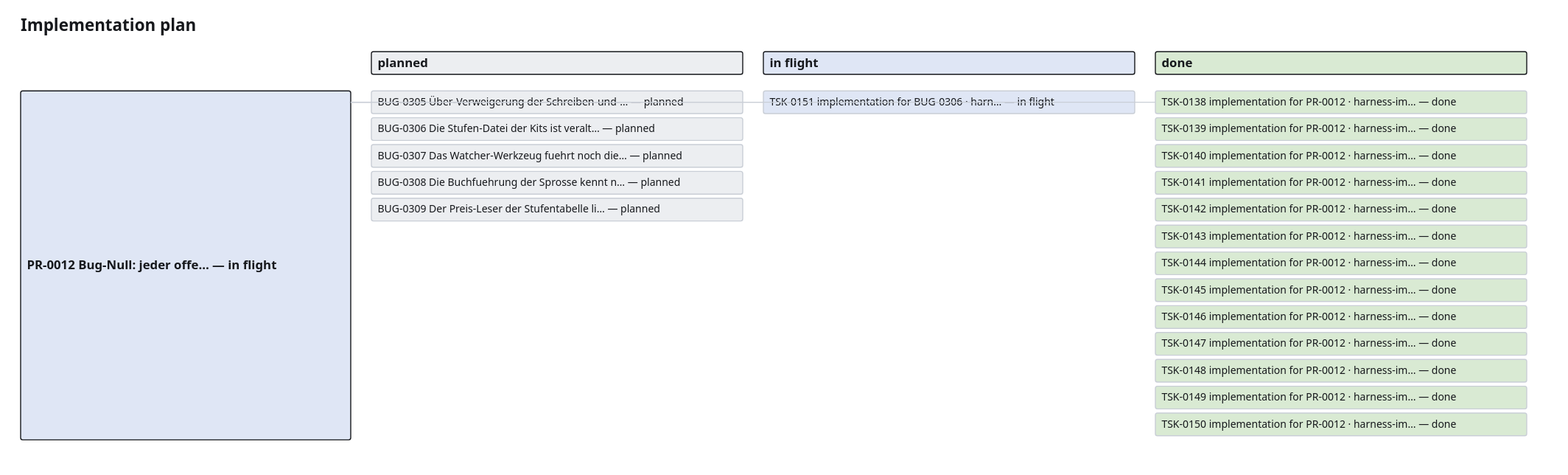
Above: project_memory/generated/plan.drawio.svg in GiaZenX/harness (draw.io), before the change. Source tidied: cells renumbered, new cells last; positions are measured from the earlier drawing's top-left corner, leaving out a move shared by most shapes.
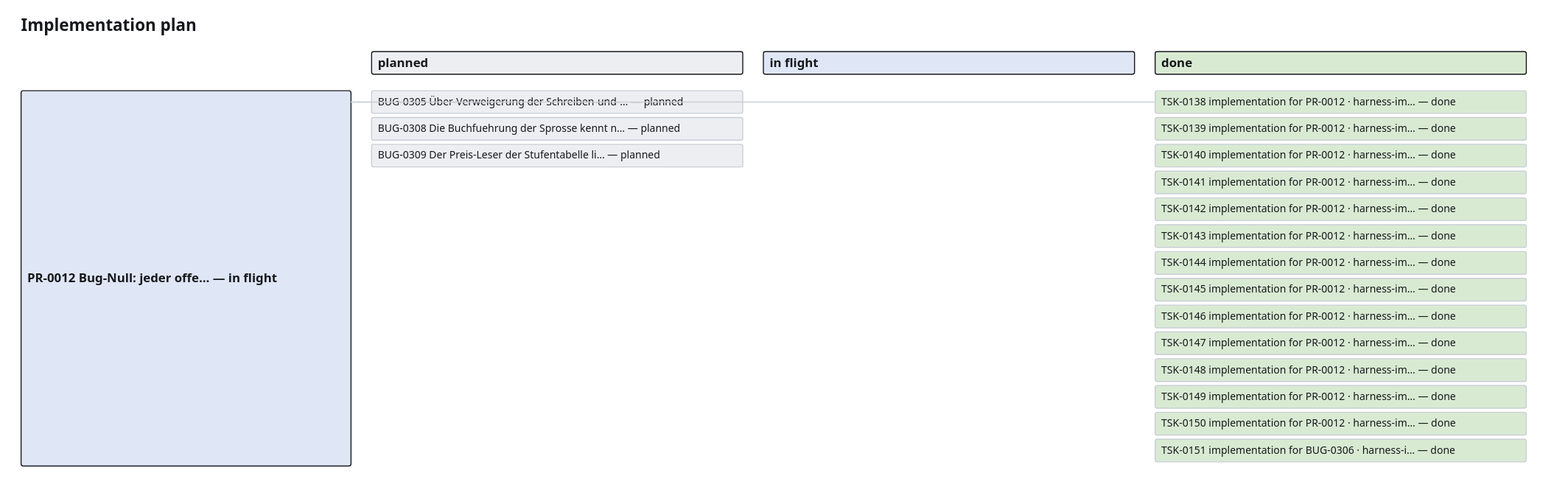
After the commit.

Change to the diagram source:
```diff
@@ -15,7 +15,7 @@
       <mxGeometry x="1100" y="34" width="360" height="22" as="geometry" />
     </mxCell>
     <mxCell id="6" value="PR-0012 Bug-Null: jeder offe… — in flight" style="rounded=1;whiteSpace=wrap;html=1;fillColor=#dfe6f5;strokeColor=#16181c;fontSize=12;fontStyle=1;" parent="1" vertex="1">
-      <mxGeometry y="72" width="320" height="338" as="geometry" />
+      <mxGeometry y="72" width="320" height="364" as="geometry" />
     </mxCell>
     <mxCell id="7" value="BUG-0305 Über-Verweigerung der Schreiben-und-… — planned" style="rounded=1;whiteSpace=wrap;html=1;fillColor=#eceef1;strokeColor=#c9ced6;fontSize=10;" parent="1" vertex="1">
       <mxGeometry x="340" y="72" width="360" height="22" as="geometry" />
@@ -23,65 +23,56 @@
     <mxCell id="8" style="edgeStyle=orthogonalEdgeStyle;endArrow=none;strokeColor=#c9ced6;" parent="1" edge="1" source="6" target="7">
       <mxGeometry relative="1" as="geometry" />
     </mxCell>
-    <mxCell id="9" value="BUG-0306 Die Stufen-Datei der Kits ist veralt… — planned" style="rounded=1;whiteSpace=wrap;html=1;fillColor=#eceef1;strokeColor=#c9ced6;fontSize=10;" parent="1" vertex="1">
+    <mxCell id="9" value="BUG-0308 Die Buchfuehrung der Sprosse kennt n… — planned" style="rounded=1;whiteSpace=wrap;html=1;fillColor=#eceef1;strokeColor=#c9ced6;fontSize=10;" parent="1" vertex="1">
       <mxGeometry x="340" y="98" width="360" height="22" as="geometry" />
     </mxCell>
-    <mxCell id="10" value="BUG-0307 Das Watcher-Werkzeug fuehrt noch die… — planned" style="rounded=1;whiteSpace=wrap;html=1;fillColor=#eceef1;strokeColor=#c9ced6;fontSize=10;" parent="1" vertex="1">
+    <mxCell id="10" value="BUG-0309 Der Preis-Leser der Stufentabelle li… — planned" style="rounded=1;whiteSpace=wrap;html=1;fillColor=#eceef1;strokeColor=#c9ced6;fontSize=10;" parent="1" vertex="1">
       <mxGeometry x="340" y="124" width="360" height="22" as="geometry" />
     </mxCell>
-    <mxCell id="11" value="BUG-0308 Die Buchfuehrung der Sprosse kennt n… — planned" style="rounded=1;whiteSpace=wrap;html=1;fillColor=#eceef1;strokeColor=#c9ced6;fontSize=10;" parent="1" vertex="1">
-      <mxGeometry x="340" y="150" width="360" height="22" as="geometry" />
+    <mxCell id="11" value="TSK-0138 implementation for PR-0012 · harness-im… — done" style="rounded=1;whiteSpace=wrap;html=1;fillColor=#d9ead3;strokeColor=#c9ced6;fontSize=10;" parent="1" vertex="1">
+      <mxGeometry x="1100" y="72" width="360" height="22" as="geometry" />
     </mxCell>
-    <mxCell id="12" value="BUG-0309 Der Preis-Leser der Stufentabelle li… — planned" style="rounded=1;whiteSpace=wrap;html=1;fillColor=#eceef1;strokeColor=#c9ced6;fontSize=10;" parent="1" vertex="1">
-      <mxGeometry x="340" y="176" width="360" height="22" as="geometry" />
+    <mxCell id="12" style="edgeStyle=orthogonalEdgeStyle;endArrow=none;strokeColor=#c9ced6;" parent="1" edge="1" source="6" target="11">
+      <mxGeometry relative="1" as="geometry" />
     </mxCell>
-    <mxCell id="13" value="TSK-0151 implementation for BUG-0306 · harn… — in flight" style="rounded=1;whiteSpace=wrap;html=1;fillColor=#dfe6f5;strokeColor=#c9ced6;fontSize=10;" parent="1" vertex="1">
-      <mxGeometry x="720" y="72" width="360" height="22" as="geometry" />
+    <mxCell id="13" value="TSK-0139 implementation for PR-0012 · harness-im… — done" style="rounded=1;whiteSpace=wrap;html=1;fillColor=#d9ead3;strokeColor=#c9ced6;fontSize=10;" parent="1" vertex="1">
+      <mxGeometry x="1100" y="98" width="360" height="22" as="geometry" />
     </mxCell>
-    <mxCell id="14" style="edgeStyle=orthogonalEdgeStyle;endArrow=none;strokeColor=#c9ced6;" parent="1" edge="1" source="6" target="13">
-      <mxGeometry relative="1" as="geometry" />
+    <mxCell id="14" value="TSK-0140 implementation for PR-0012 · harness-im… — done" style="rounded=1;whiteSpace=wrap;html=1;fillColor=#d9ead3;strokeColor=#c9ced6;fontSize=10;" parent="1" vertex="1">
+      <mxGeometry x="1100" y="124" width="360" height="22" as="geometry" />
     </mxCell>
-    <mxCell id="15" value="TSK-0138 implementation for PR-0012 · harness-im… — done" style="rounded=1;whiteSpace=wrap;html=1;fillColor=#d9ead3;strokeColor=#c9ced6;fontSize=10;" parent="1" vertex="1">
-      <mxGeometry x="1100" y="72" width="360" height="22" as="geometry" />
+    <mxCell id="15" value="TSK-0141 implementation for PR-0012 · harness-im… — done" style="rounded=1;whiteSpace=wrap;html=1;fillColor=#d9ead3;strokeColor=#c9ced6;fontSize=10;" parent="1" vertex="1">
+      <mxGeometry x="1100" y="150" width="360" height="22" as="geometry" />
     </mxCell>
-    <mxCell id="16" style="edgeStyle=orthogonalEdgeStyle;endArrow=none;strokeColor=#c9ced6;" parent="1" edge="1" source="6" target="15">
-      <mxGeometry relative="1" as="geometry" />
+    <mxCell id="16" value="TSK-0142 implementation for PR-0012 · harness-im… — done" style="rounded=1;whiteSpace=wrap;html=1;fillColor=#d9ead3;strokeColor=#c9ced6;fontSize=10;" parent="1" vertex="1">
+      <mxGeometry x="1100" y="176" width="360" height="22" as="geometry" />
     </mxCell>
-    <mxCell id="17" value="TSK-0139 implementation for PR-0012 · harness-im… — done" style="rounded=1;whiteSpace=wrap;html=1;fillColor=#d9ead3;strokeColor=#c9ced6;fontSize=10;" parent="1" vertex="1">
-      <mxGeometry x="1100" y="98" width="360" height="22" as="geometry" />
+    <mxCell id="17" value="TSK-0143 implementation for PR-0012 · harness-im… — done" style="rounded=1;whiteSpace=wrap;html=1;fillColor=#d9ead3;strokeColor=#c9ced6;fontSize=10;" parent="1" vertex="1">
+      <mxGeometry x="1100" y="202" width="360" height="22" as="geometry" />
     </mxCell>
-    <mxCell id="18" value="TSK-0140 implementation for PR-0012 · harness-im… — done" style="rounded=1;whiteSpace=wrap;html=1;fillColor=#d9ead3;strokeColor=#c9ced6;fontSize=10;" parent="1" vertex="1">
-      <mxGeometry x="1100" y="124" width="360" height="22" as="geometry" />
+    <mxCell id="18" value="TSK-0144 implementation for PR-0012 · harness-im… — done" style="rounded=1;whiteSpace=wrap;html=1;fillColor=#d9ead3;strokeColor=#c9ced6;fontSize=10;" parent="1" vertex="1">
+      <mxGeometry x="1100" y="228" width="360" height="22" as="geometry" />
     </mxCell>
-    <mxCell id="19" value="TSK-0141 implementation for PR-0012 · harness-im… — done" style="rounded=1;whiteSpace=wrap;html=1;fillColor=#d9ead3;strokeColor=#c9ced6;fontSize=10;" parent="1" vertex="1">
-      <mxGeometry x="1100" y="150" width="360" height="22" as="geometry" />
+    <mxCell id="19" value="TSK-0145 implementation for PR-0012 · harness-im… — done" style="rounded=1;whiteSpace=wrap;html=1;fillColor=#d9ead3;strokeColor=#c9ced6;fontSize=10;" parent="1" vertex="1">
+      <mxGeometry x="1100" y="254" width="360" height="22" as="geometry" />
     </mxCell>
-    <mxCell id="20" value="TSK-0142 implementation for PR-0012 · harness-im… — done" style="rounded=1;whiteSpace=wrap;html=1;fillColor=#d9ead3;strokeColor=#c9ced6;fontSize=10;" parent="1" vertex="1">
-      <mxGeometry x="1100" y="176" width="360" height="22" as="geometry" />
+    <mxCell id="20" value="TSK-0146 implementation for PR-0012 · harness-im… — done" style="rounded=1;whiteSpace=wrap;html=1;fillColor=#d9ead3;strokeColor=#c9ced6;fontSize=10;" parent="1" vertex="1">
+      <mxGeometry x="1100" y="280" width="360" height="22" as="geometry" />
     </mxCell>
-    <mxCell id="21" value="TSK-0143 implementation for PR-0012 · harness-im… — done" style="rounded=1;whiteSpace=wrap;html=1;fillColor=#d9ead3;strokeColor=#c9ced6;fontSize=10;" parent="1" vertex="1">
-      <mxGeometry x="1100" y="202" width="360" height="22" as="geometry" />
+    <mxCell id="21" value="TSK-0147 implementation for PR-0012 · harness-im… — done" style="rounded=1;whiteSpace=wrap;html=1;fillColor=#d9ead3;strokeColor=#c9ced6;fontSize=10;" parent="1" vertex="1">
+      <mxGeometry x="1100" y="306" width="360" height="22" as="geometry" />
     </mxCell>
-    <mxCell id="22" value="TSK-0144 implementation for PR-0012 · harness-im… — done" style="rounded=1;whiteSpace=wrap;html=1;fillColor=#d9ead3;strokeColor=#c9ced6;fontSize=10;" parent="1" vertex="1">
-      <mxGeometry x="1100" y="228" width="360" height="22" as="geometry" />
+    <mxCell id="22" value="TSK-0148 implementation for PR-0012 · harness-im… — done" style="rounded=1;whiteSpace=wrap;html=1;fillColor=#d9ead3;strokeColor=#c9ced6;fontSize=10;" parent="1" vertex="1">
+      <mxGeometry x="1100" y="332" width="360" height="22" as="geometry" />
     </mxCell>
-    <mxCell id="23" value="TSK-0145 implementation for PR-0012 · harness-im… — done" style="rounded=1;whiteSpace=wrap;html=1;fillColor=#d9ead3;strokeColor=#c9ced6;fontSize=10;" parent="1" vertex="1">
-      <mxGeometry x="1100" y="254" width="360" height="22" as="geometry" />
+    <mxCell id="23" value="TSK-0149 implementation for PR-0012 · harness-im… — done" style="rounded=1;whiteSpace=wrap;html=1;fillColor=#d9ead3;strokeColor=#c9ced6;fontSize=10;" parent="1" vertex="1">
+      <mxGeometry x="1100" y="358" width="360" height="22" as="geometry" />
     </mxCell>
-    <mxCell id="24" value="TSK-0146 implementation for PR-0012 · harness-im… — done" style="rounded=1;whiteSpace=wrap;html=1;fillColor=#d9ead3;strokeColor=#c9ced6;fontSize=10;" parent="1" vertex="1">
-      <mxGeometry x="1100" y="280" width="360" height="22" as="geometry" />
+    <mxCell id="24" value="TSK-0150 implementation for PR-0012 · harness-im… — done" style="rounded=1;whiteSpace=wrap;html=1;fillColor=#d9ead3;strokeColor=#c9ced6;fontSize=10;" parent="1" vertex="1">
+      <mxGeometry x="1100" y="384" width="360" height="22" as="geometry" />
     </mxCell>
-    <mxCell id="25" value="TSK-0147 implementation for PR-0012 · harness-im… — done" style="rounded=1;whiteSpace=wrap;html=1;fillColor=#d9ead3;strokeColor=#c9ced6;fontSize=10;" parent="1" vertex="1">
-      <mxGeometry x="1100" y="306" width="360" height="22" as="geometry" />
+    <mxCell id="25" value="TSK-0151 implementation for BUG-0306 · harness-i… — done" style="rounded=1;whiteSpace=wrap;html=1;fillColor=#d9ead3;strokeColor=#c9ced6;fontSize=10;" parent="1" vertex="1">
+      <mxGeometry x="1100" y="410" width="360" height="22" as="geometry" />
     </mxCell>
-    <mxCell id="26" value="TSK-0148 implementation for PR-0012 · harness-im… — done" style="rounded=1;whiteSpace=wrap;html=1;fillColor=#d9ead3;strokeColor=#c9ced6;fontSize=10;" parent="1" vertex="1">
-      <mxGeometry x="1100" y="332" width="360" height="22" as="geometry" />
-    </mxCell>
-    <mxCell id="27" value="TSK-0149 implementation for PR-0012 · harness-im… — done" style="rounded=1;whiteSpace=wrap;html=1;fillColor=#d9ead3;strokeColor=#c9ced6;fontSize=10;" parent="1" vertex="1">
-      <mxGeometry x="1100" y="358" width="360" height="22" as="geometry" />
-    </mxCell>
-    <mxCell id="28" value="TSK-0150 implementation for PR-0012 · harness-im… — done" style="rounded=1;whiteSpace=wrap;html=1;fillColor=#d9ead3;strokeColor=#c9ced6;fontSize=10;" parent="1" vertex="1">
-      <mxGeometry x="1100" y="384" width="360" height="22" as="geometry" />
-    </mxCell>
   </root>
 </mxGraphModel>
```
